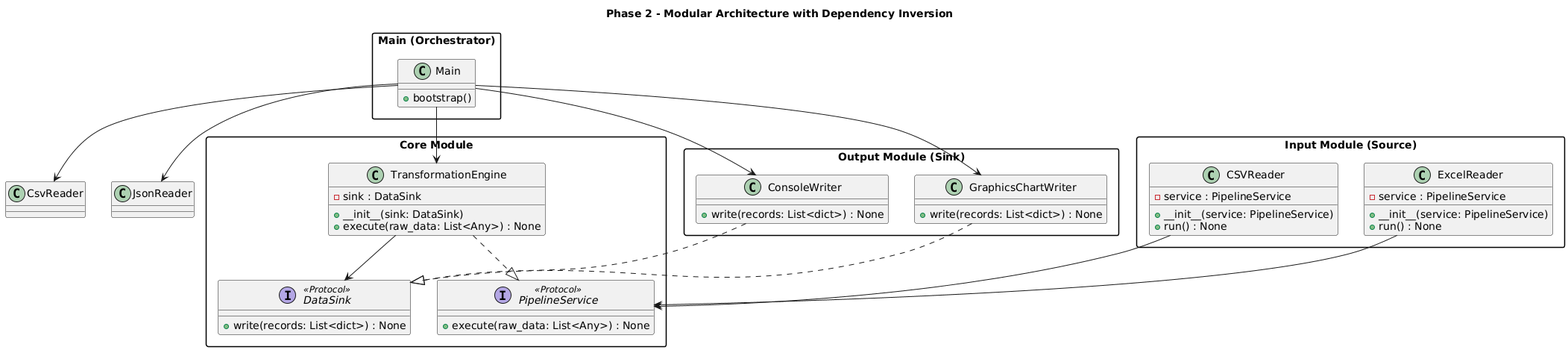
The PlantUML diagram UML.png in mozenjii/GDP-Analysis-System, before a commit.
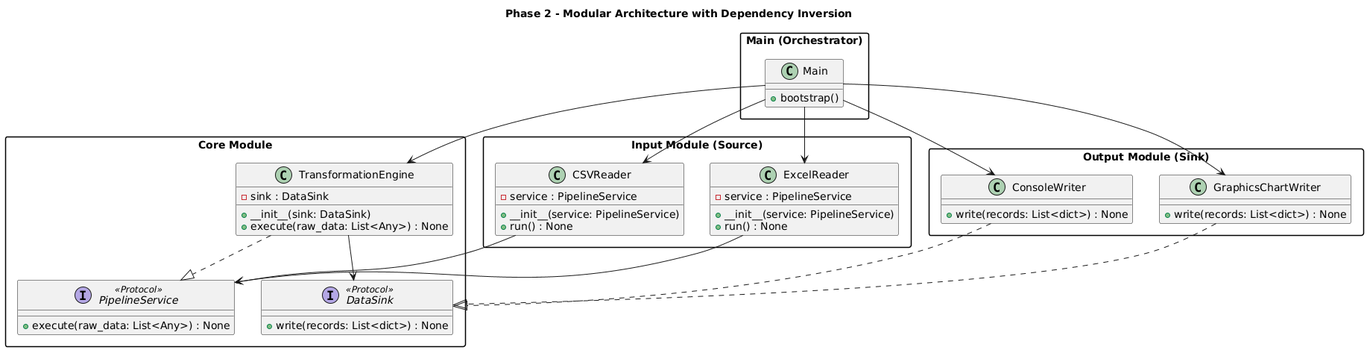
After the commit.

Commit message:
nothing just some error case

The edit, as a diff of the source:
```diff
@@ -70,8 +70,8 @@
 
 TransformationEngine --> DataSink
 
-Main --> CsvReader
-Main --> JsonReader
+Main --> CSVReader
+Main --> ExcelReader
 Main --> ConsoleWriter
 Main --> GraphicsChartWriter
 Main --> TransformationEngine
```
